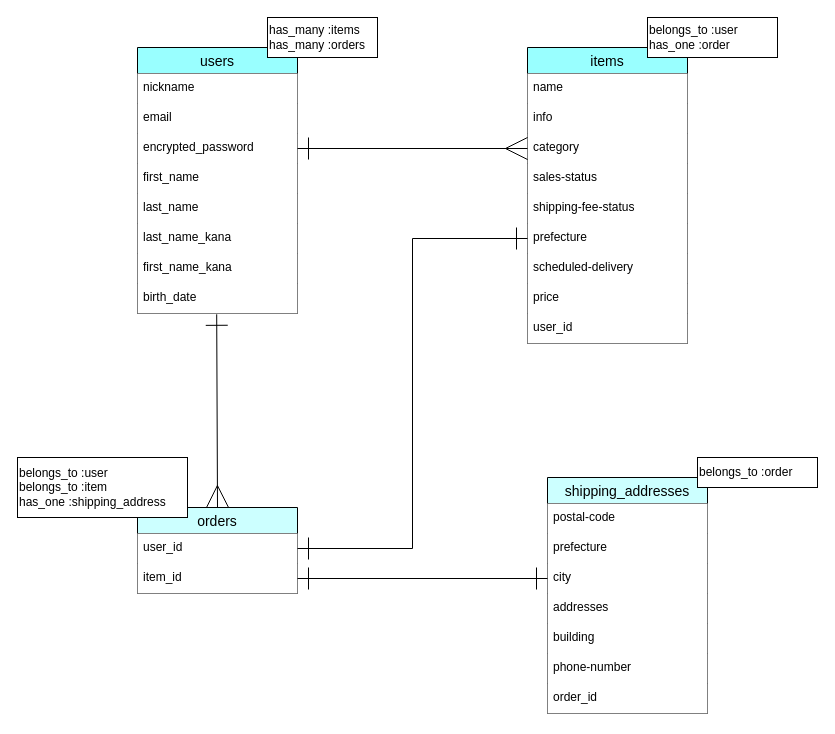
This is ER.dio from tenko0126/furima-39949, a draw.io file, before an edit. Source tidied: cells renumbered, new cells numbered last; positions are measured from the earlier drawing's top-left corner, leaving out a move shared by most shapes. Both pictures are drawn from the tidied source at 100%, with x=0, y=0 at pixel (17, 17).
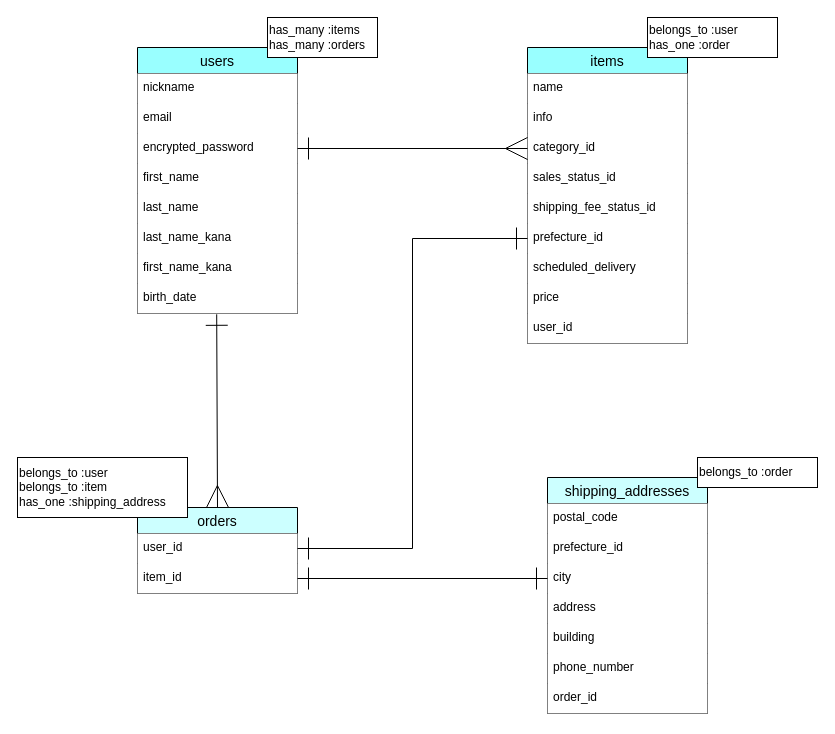
Above is the later version.

Unchanged cells that the change refers to:
```xml
<mxCell id="11" value="items" style="swimlane;fontStyle=0;horizontal=1;startSize=26;align=center;fontSize=14;fillColor=#99FFFF;" parent="1" vertex="1">
  <mxGeometry x="510" y="30" width="160" height="296" as="geometry" />
</mxCell>
<mxCell id="21" value="shipping_addresses" style="swimlane;fontStyle=0;horizontal=1;startSize=26;align=center;fontSize=14;fillColor=#CCFFFF;" parent="1" vertex="1">
  <mxGeometry x="530" y="460" width="160" height="236" as="geometry" />
</mxCell>
```

What changed in the source:
```diff
@@
-    <mxCell id="14" value="category" style="text;spacingLeft=4;spacingRight=4;overflow=hidden;points=[[0,0.5],[1,0.5]];portConstraint=eastwest;fontSize=12;fillColor=default;" parent="11" vertex="1">
+    <mxCell id="14" value="category_id" style="text;spacingLeft=4;spacingRight=4;overflow=hidden;points=[[0,0.5],[1,0.5]];portConstraint=eastwest;fontSize=12;fillColor=default;" parent="11" vertex="1">
       <mxGeometry y="86" width="160" height="30" as="geometry" />
     </mxCell>
-    <mxCell id="15" value="sales-status" style="text;spacingLeft=4;spacingRight=4;overflow=hidden;fontSize=12;fillColor=default;" parent="11" vertex="1">
+    <mxCell id="15" value="sales_status_id" style="text;spacingLeft=4;spacingRight=4;overflow=hidden;fontSize=12;fillColor=default;" parent="11" vertex="1">
       <mxGeometry y="116" width="160" height="30" as="geometry" />
     </mxCell>
-    <mxCell id="16" value="shipping-fee-status" style="text;spacingLeft=4;spacingRight=4;overflow=hidden;fontSize=12;fillColor=default;" parent="11" vertex="1">
+    <mxCell id="16" value="shipping_fee_status_id" style="text;spacingLeft=4;spacingRight=4;overflow=hidden;fontSize=12;fillColor=default;" parent="11" vertex="1">
       <mxGeometry y="146" width="160" height="30" as="geometry" />
     </mxCell>
-    <mxCell id="17" value="prefecture" style="text;spacingLeft=4;spacingRight=4;overflow=hidden;points=[[0,0.5],[1,0.5]];portConstraint=eastwest;fontSize=12;fillColor=default;" parent="11" vertex="1">
+    <mxCell id="17" value="prefecture_id" style="text;spacingLeft=4;spacingRight=4;overflow=hidden;points=[[0,0.5],[1,0.5]];portConstraint=eastwest;fontSize=12;fillColor=default;" parent="11" vertex="1">
       <mxGeometry y="176" width="160" height="30" as="geometry" />
     </mxCell>
-    <mxCell id="18" value="scheduled-delivery" style="text;spacingLeft=4;spacingRight=4;overflow=hidden;fontSize=12;fillColor=default;" parent="11" vertex="1">
+    <mxCell id="18" value="scheduled_delivery" style="text;spacingLeft=4;spacingRight=4;overflow=hidden;fontSize=12;fillColor=default;" parent="11" vertex="1">
       <mxGeometry y="206" width="160" height="30" as="geometry" />
     </mxCell>
@@
-    <mxCell id="22" value="postal-code" style="text;spacingLeft=4;spacingRight=4;overflow=hidden;fontSize=12;fillColor=default;" parent="21" vertex="1">
+    <mxCell id="22" value="postal_code" style="text;spacingLeft=4;spacingRight=4;overflow=hidden;fontSize=12;fillColor=default;" parent="21" vertex="1">
       <mxGeometry y="26" width="160" height="30" as="geometry" />
     </mxCell>
-    <mxCell id="23" value="prefecture" style="text;spacingLeft=4;spacingRight=4;overflow=hidden;fontSize=12;fillColor=default;" parent="21" vertex="1">
+    <mxCell id="23" value="prefecture_id" style="text;spacingLeft=4;spacingRight=4;overflow=hidden;fontSize=12;fillColor=default;" parent="21" vertex="1">
       <mxGeometry y="56" width="160" height="30" as="geometry" />
     </mxCell>
@@
-    <mxCell id="25" value="addresses" style="text;spacingLeft=4;spacingRight=4;overflow=hidden;fontSize=12;fillColor=default;" parent="21" vertex="1">
+    <mxCell id="25" value="address" style="text;spacingLeft=4;spacingRight=4;overflow=hidden;fontSize=12;fillColor=default;" parent="21" vertex="1">
       <mxGeometry y="116" width="160" height="30" as="geometry" />
     </mxCell>
@@
-    <mxCell id="27" value="phone-number" style="text;spacingLeft=4;spacingRight=4;overflow=hidden;fontSize=12;fillColor=default;" parent="21" vertex="1">
+    <mxCell id="27" value="phone_number" style="text;spacingLeft=4;spacingRight=4;overflow=hidden;fontSize=12;fillColor=default;" parent="21" vertex="1">
       <mxGeometry y="176" width="160" height="30" as="geometry" />
     </mxCell>
```
